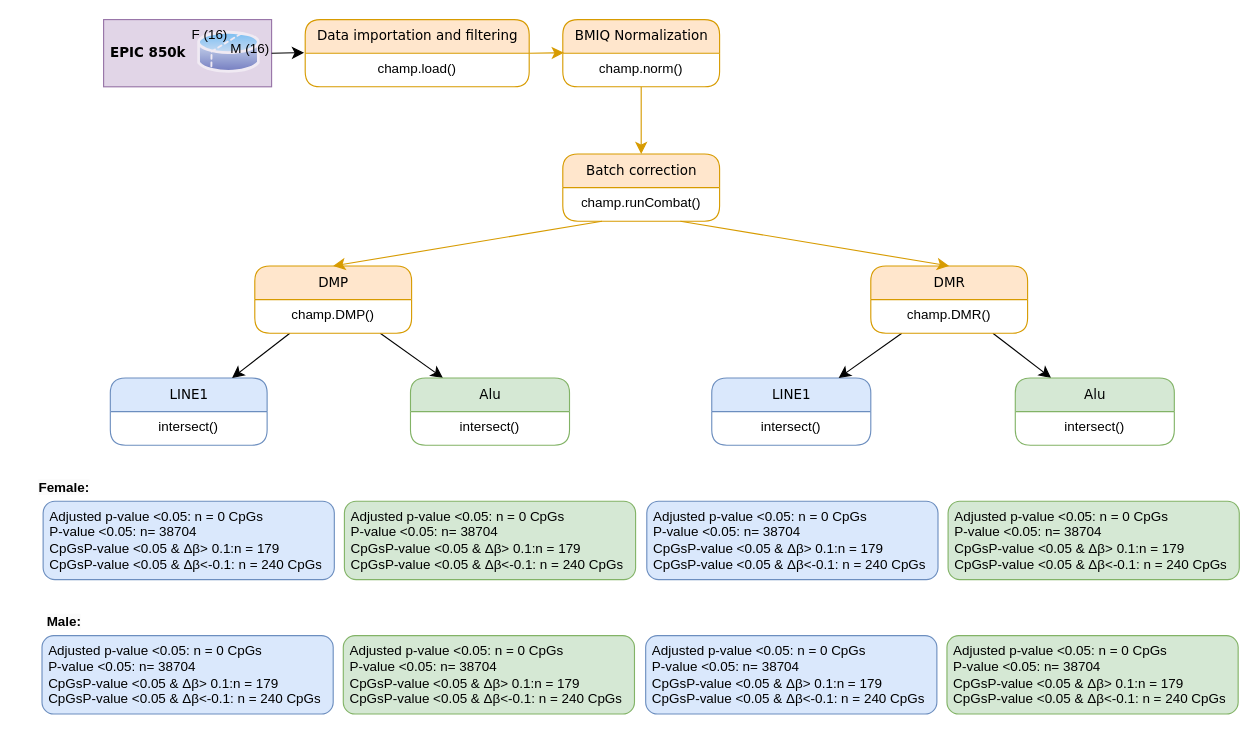
The draw.io diagram LBP.drawio in mwLuan/image_storage, before the edit. Source tidied: cells renumbered, new cells numbered last; positions are measured from the earlier drawing's top-left corner, leaving out a move shared by most shapes. Both pictures are drawn from the tidied source at 112%, with x=0, y=0 at pixel (19, 19).
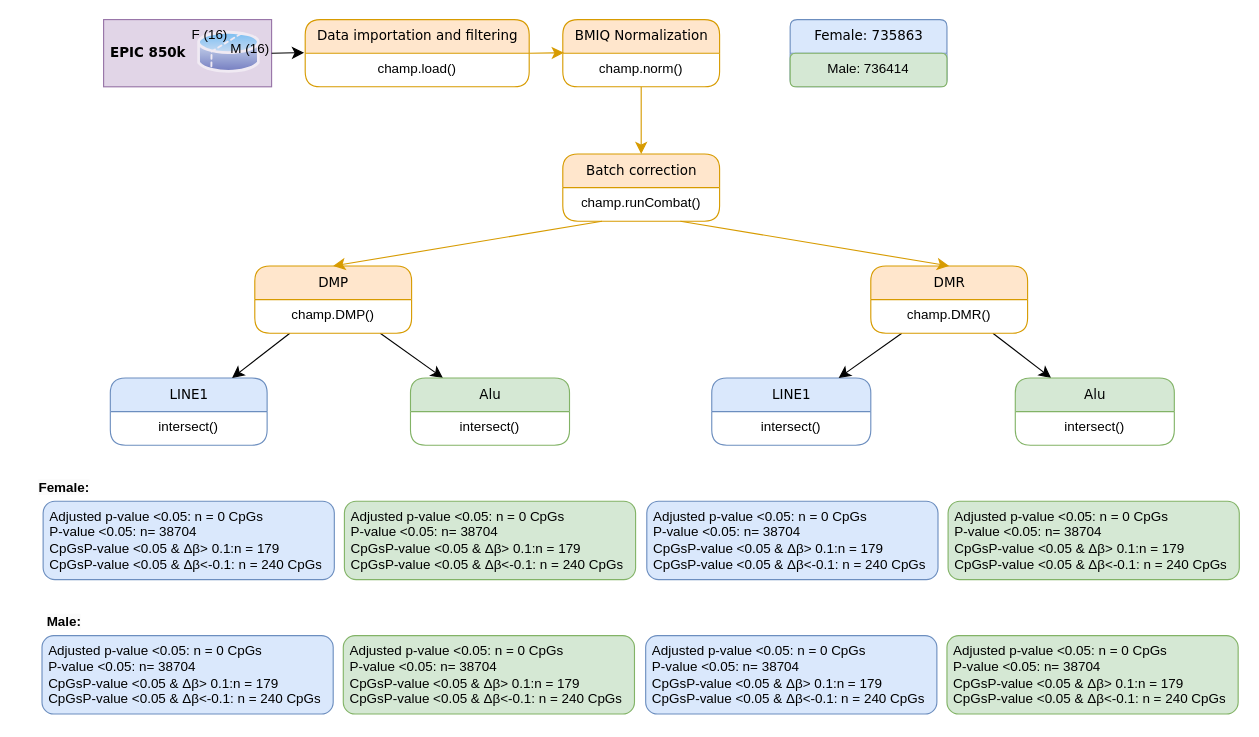
After the change.

The edit, as a diff of the source:
```diff
@@
+    <mxCell id="43" value="Female: 735863" style="swimlane;html=1;fontStyle=0;horizontal=1;startSize=30;fillColor=#dae8fc;swimlaneFillColor=#ffffff;align=center;rounded=1;shadow=0;comic=0;labelBackgroundColor=none;strokeWidth=1;fontFamily=Verdana;fontSize=12;strokeColor=#6c8ebf;arcSize=7;" parent="1" vertex="1">
+      <mxGeometry x="688" width="140" height="60" as="geometry" />
+    </mxCell>
+    <mxCell id="44" value="Male: 736414" style="text;html=1;spacingLeft=4;spacingRight=4;whiteSpace=wrap;overflow=hidden;align=center;rounded=1;fillColor=#d5e8d4;strokeColor=#82b366;" parent="43" vertex="1">
+      <mxGeometry y="30" width="140" height="30" as="geometry" />
+    </mxCell>
```
